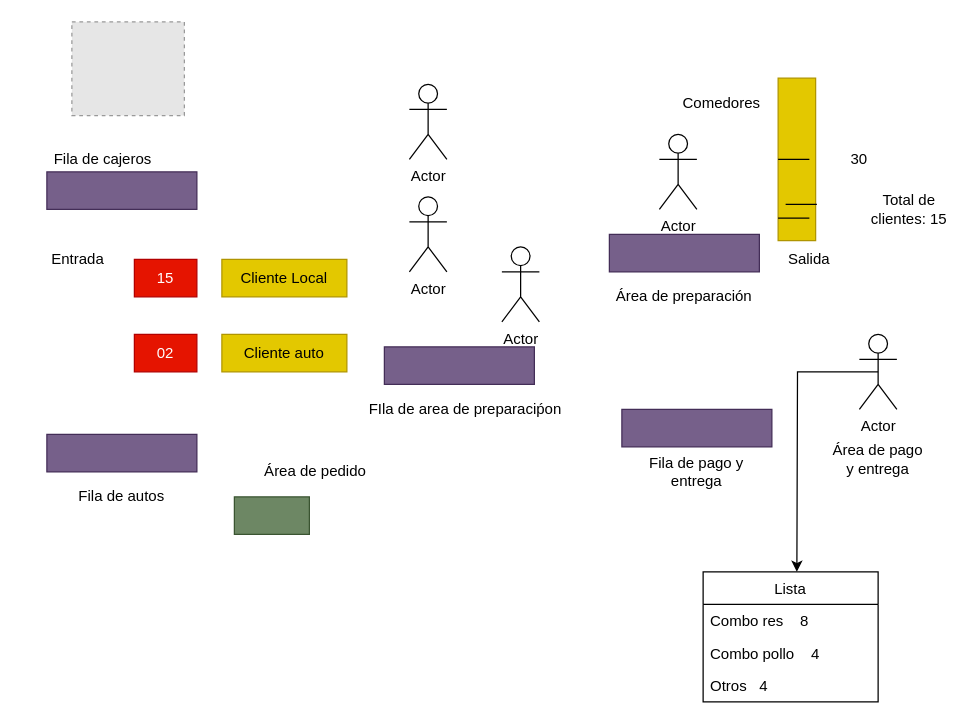
Earlier version of the draw.io diagram Untitled Diagram.drawio (alexdevrr/webpack-starter). Source tidied: cells renumbered, new cells numbered last; positions are measured from the earlier drawing's top-left corner, leaving out a move shared by most shapes. Both pictures are drawn from the tidied source at 125%, with x=0, y=0 at pixel (21, 21). Pictures stored in the file or linked from it are replaced by grey dashed boxes.
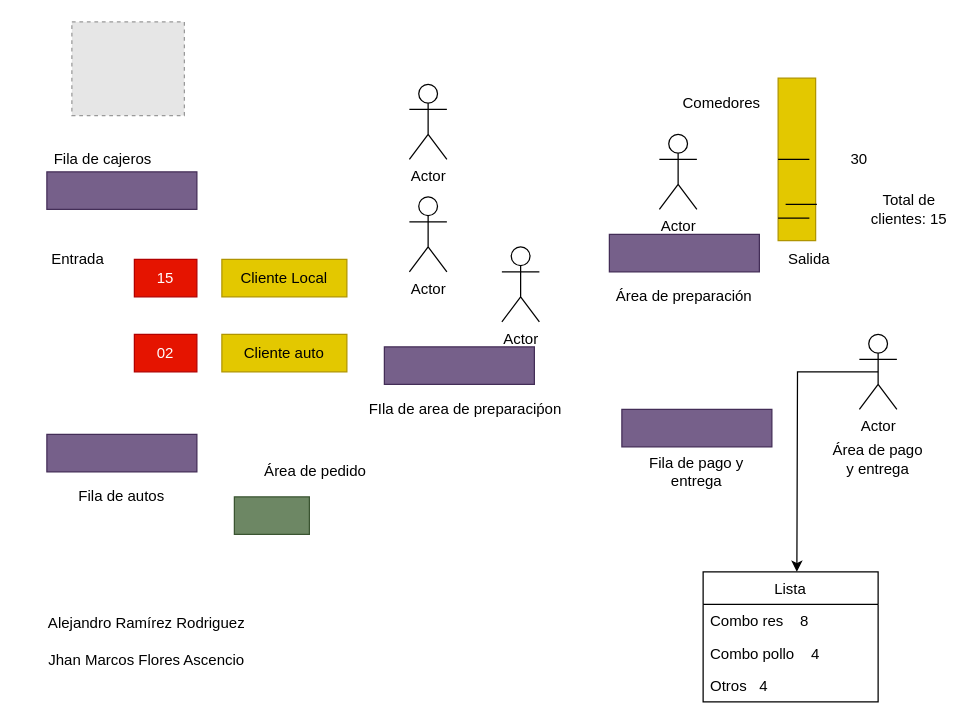
After the change.

The edit, as a diff of the source:
```diff
@@
+    <mxCell id="39" value="Alejandro Ramírez Rodriguez" style="text;html=1;strokeColor=none;fillColor=none;align=center;verticalAlign=middle;whiteSpace=wrap;rounded=0;" parent="1" vertex="1">
+      <mxGeometry y="480" width="200" as="geometry" />
+    </mxCell>
+    <mxCell id="40" value="Jhan Marcos Flores Ascencio" style="text;html=1;strokeColor=none;fillColor=none;align=center;verticalAlign=middle;whiteSpace=wrap;rounded=0;" parent="1" vertex="1">
+      <mxGeometry y="510" width="200" as="geometry" />
+    </mxCell>
```
